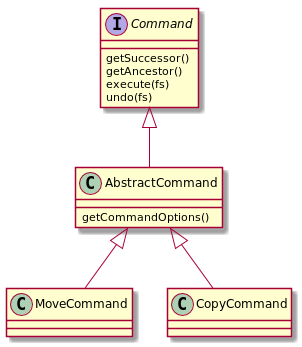
Earlier version of the PlantUML export javaDesignPatterns/src/docs/asciidoc/diagram-command-classes.png (trustedshops/design-patterns).
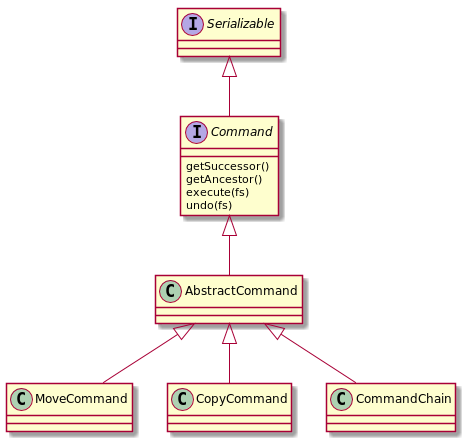
The same diagram one commit later.

Commit message:
add command docu

The edit, as a diff of the source:
```diff
@@ -1,15 +1,18 @@
 @startuml
+interface Serializable
 interface Command
 class AbstractCommand
 class MoveCommand
 class CopyCommand
+class CommandChain
 
+Serializable <|-- Command
 Command <|-- AbstractCommand
 AbstractCommand <|-- MoveCommand
 AbstractCommand <|-- CopyCommand
+AbstractCommand <|-- CommandChain
 Command : getSuccessor()
 Command : getAncestor()
 Command : execute(fs)
 Command : undo(fs)
-AbstractCommand : getCommandOptions()
 @enduml
```
